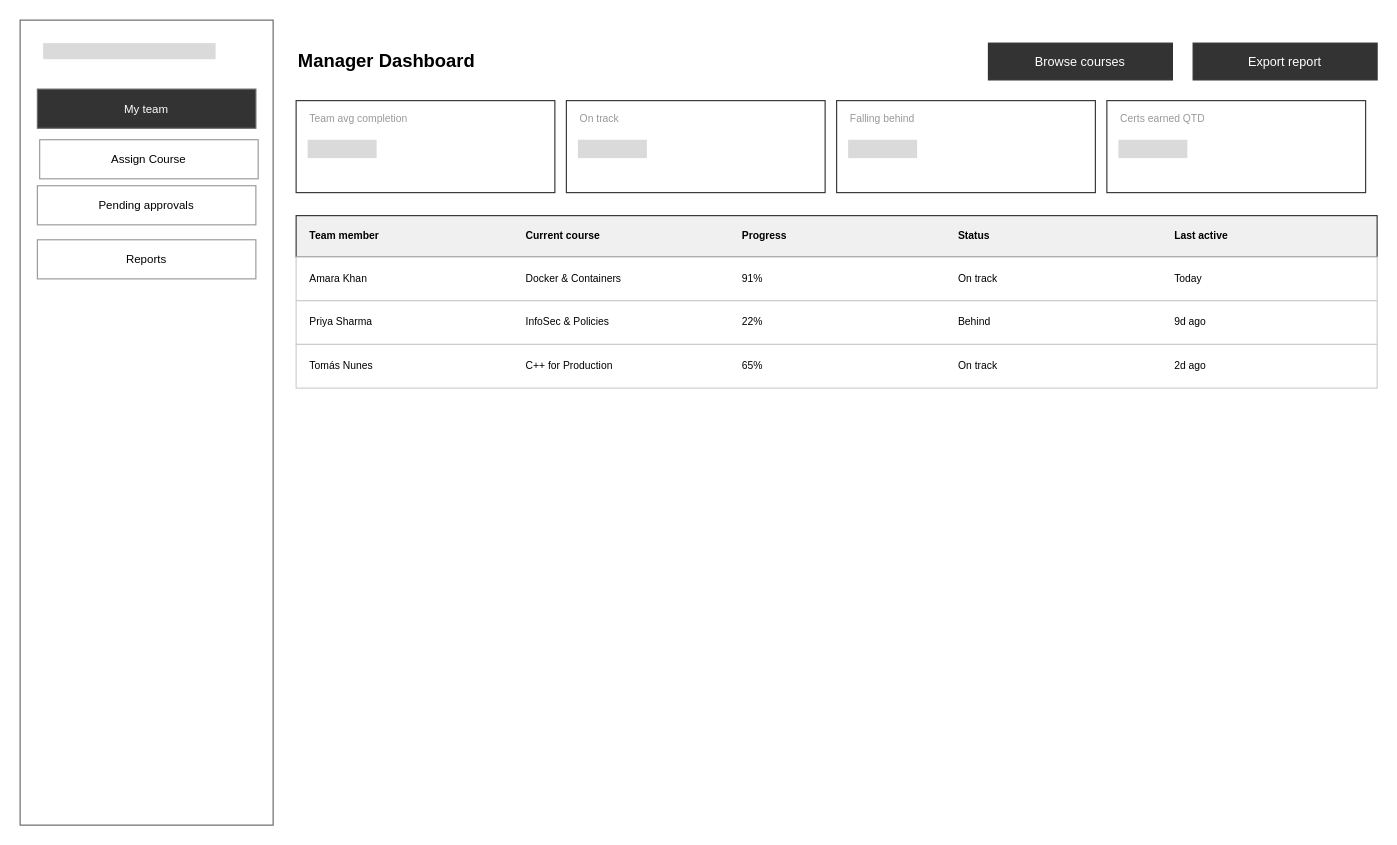
ShaniCodeBreaker/Coursify keeps this draw.io diagram as page "5 Manager Dashboard" (5 of 10) of docs/CourseWebsite_WireDiagram.drawio.xml. Above is the earlier version. Source tidied: cells renumbered, new cells numbered last; positions are measured from the earlier drawing's top-left corner, leaving out a move shared by most shapes. Both pictures are drawn from the tidied source at 115%, with x=0, y=0 at pixel (20, 20).
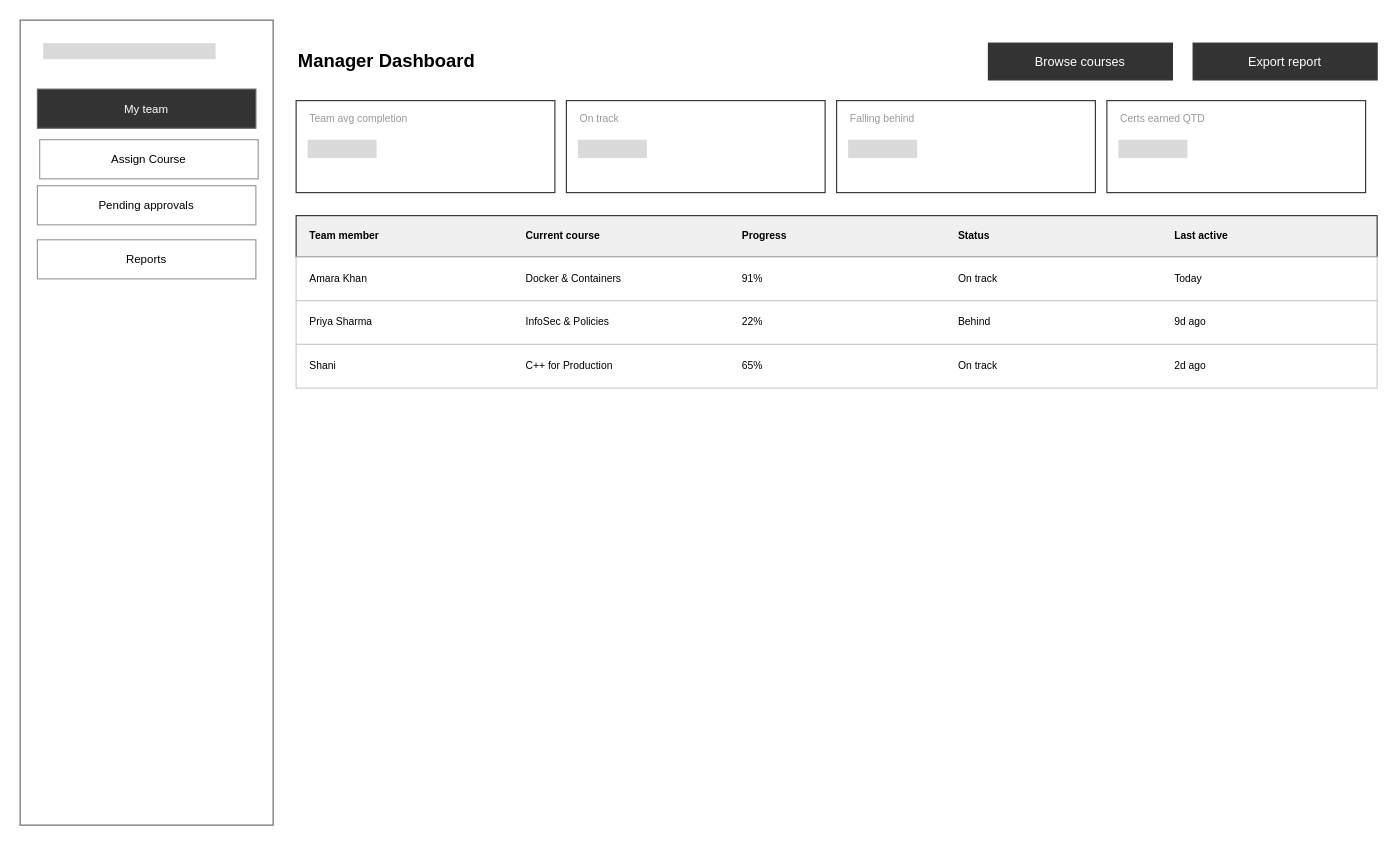
The same diagram, later.

What changed in the source:
```diff
@@
-    <mxCell id="40" value="Tomás Nunes" style="text;html=1;fillColor=none;strokeColor=none;fontSize=12;fontStyle=1;align=left;verticalAlign=middle;fontSize=9;fontStyle=0;" parent="1" vertex="1">
+    <mxCell id="40" value="Shani" style="text;html=1;fillColor=none;strokeColor=none;fontSize=12;fontStyle=1;align=left;verticalAlign=middle;fontSize=9;fontStyle=0;" parent="1" vertex="1">
       <mxGeometry x="250" y="291" width="168" height="20" as="geometry" />
     </mxCell>
```
